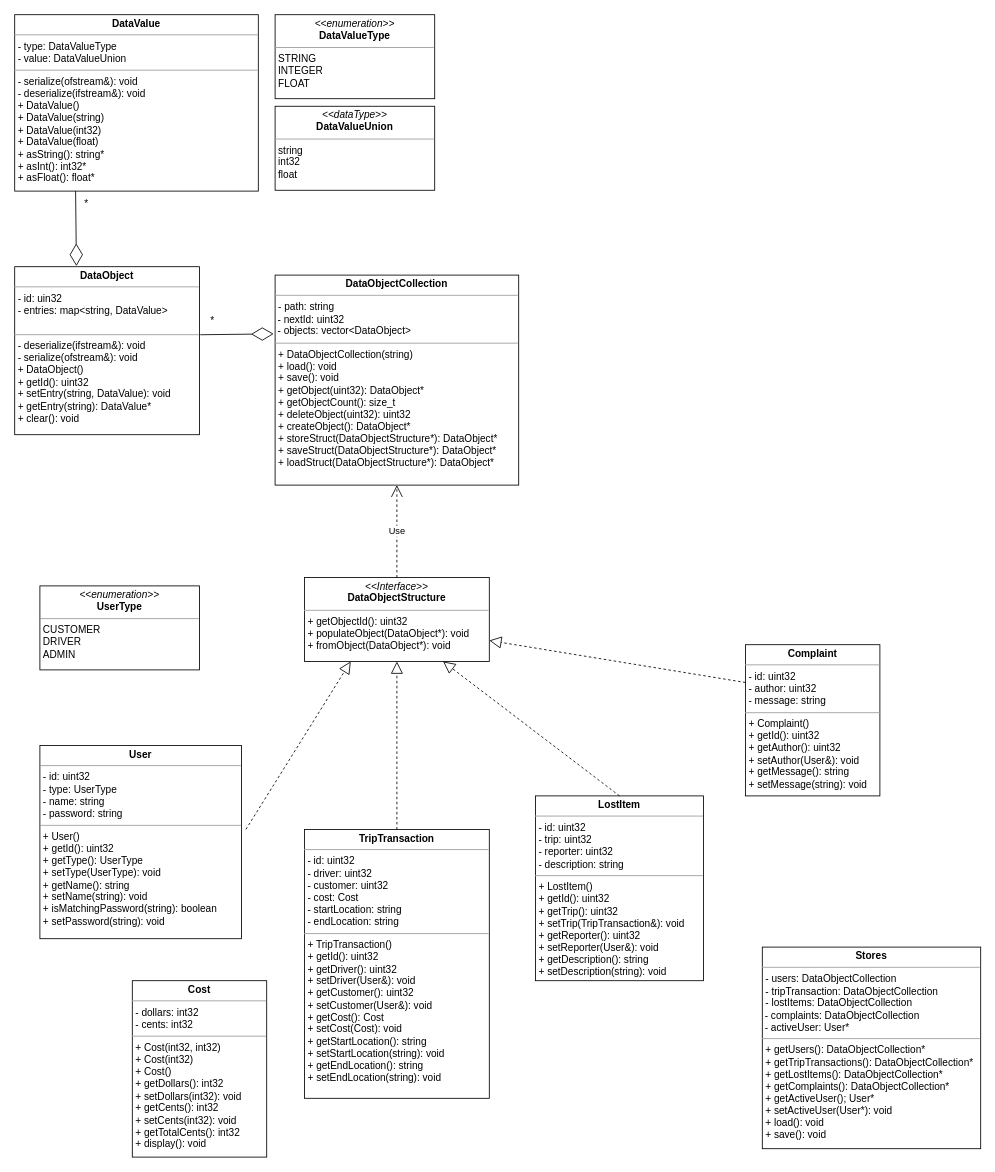
Earlier version of the draw.io diagram diagrams/UML.drawio (ShoailRafiq/CS103A2). Source tidied: cells renumbered, new cells numbered last; positions are measured from the earlier drawing's top-left corner, leaving out a move shared by most shapes. Both pictures are drawn from the tidied source at 84%, with x=0, y=0 at pixel (14, 14).
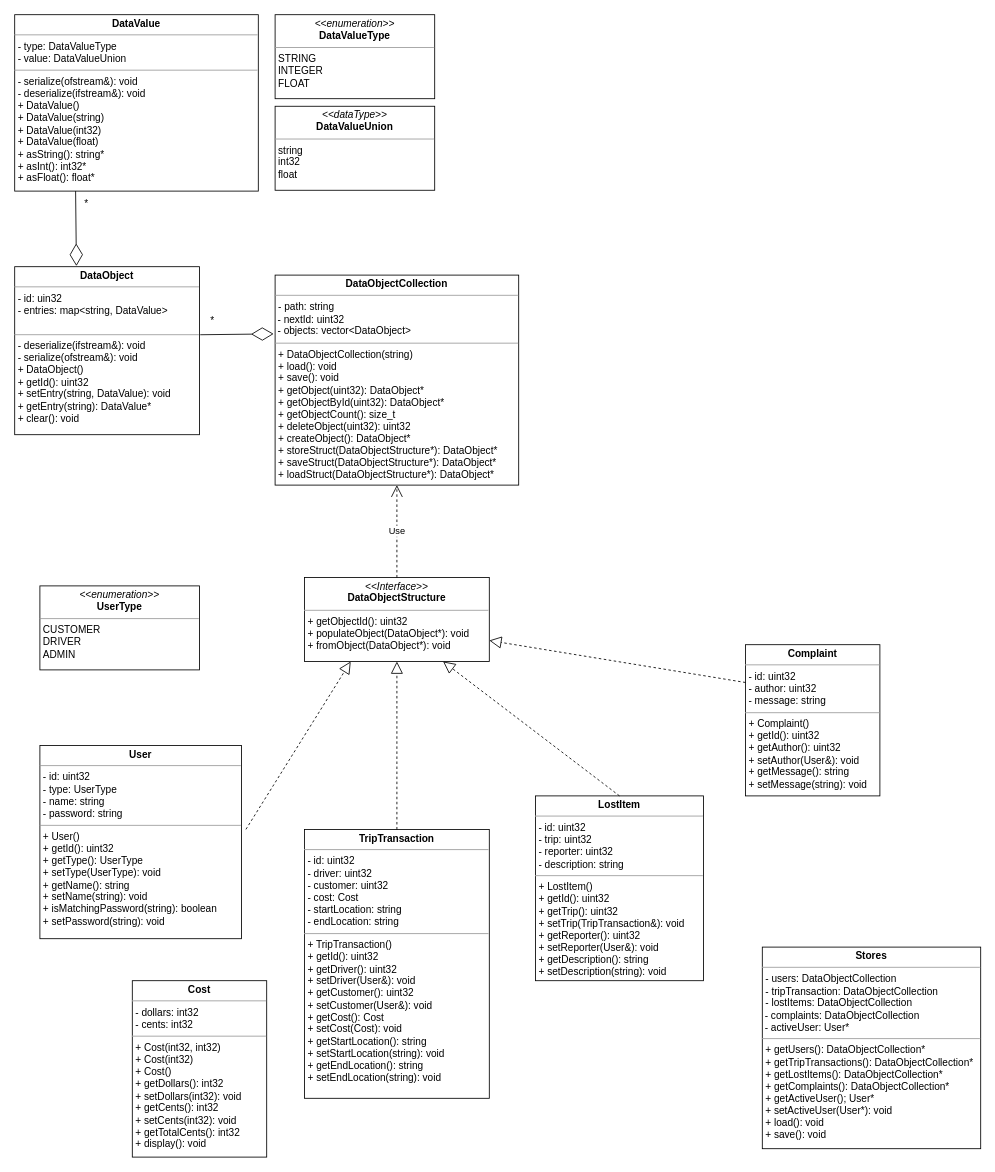
After the change.

What changed in the source:
```diff
@@
-    <mxCell id="2" value="&lt;p style=&quot;margin:0px;margin-top:4px;text-align:center;&quot;&gt;&lt;b&gt;DataObjectCollection&lt;/b&gt;&lt;br&gt;&lt;/p&gt;&lt;hr size=&quot;1&quot;&gt;&lt;p style=&quot;margin:0px;margin-left:4px;&quot;&gt;- path: string&lt;/p&gt;&amp;nbsp;- nextId: uint32&lt;br&gt;&amp;nbsp;- objects: vector&amp;lt;DataObject&amp;gt;&lt;br&gt;&lt;hr size=&quot;1&quot;&gt;&lt;p style=&quot;margin:0px;margin-left:4px;&quot;&gt;+ DataObjectCollection(string)&lt;/p&gt;&lt;p style=&quot;margin:0px;margin-left:4px;&quot;&gt;+ load(): void&lt;/p&gt;&lt;p style=&quot;margin:0px;margin-left:4px;&quot;&gt;+ save(): void&lt;/p&gt;&lt;p style=&quot;margin:0px;margin-left:4px;&quot;&gt;+ getObject(uint32): DataObject*&lt;/p&gt;&lt;p style=&quot;margin:0px;margin-left:4px;&quot;&gt;+ getObjectCount(): size_t&lt;/p&gt;&lt;p style=&quot;margin:0px;margin-left:4px;&quot;&gt;+ deleteObject(uint32): uint32&lt;/p&gt;&lt;p style=&quot;margin:0px;margin-left:4px;&quot;&gt;+ createObject(): DataObject*&lt;/p&gt;&lt;p style=&quot;margin:0px;margin-left:4px;&quot;&gt;+ storeStruct(DataObjectStructure*): DataObject*&lt;/p&gt;&lt;p style=&quot;margin:0px;margin-left:4px;&quot;&gt;+ saveStruct(DataObjectStructure*): DataObject*&lt;br&gt;&lt;/p&gt;&lt;p style=&quot;margin:0px;margin-left:4px;&quot;&gt;+ loadStruct(DataObjectStructure*): DataObject*&lt;br&gt;&lt;/p&gt;&lt;p style=&quot;margin:0px;margin-left:4px;&quot;&gt;&lt;br&gt;&lt;/p&gt;" style="verticalAlign=top;align=left;overflow=fill;fontSize=12;fontFamily=Helvetica;html=1;whiteSpace=wrap;" parent="1" vertex="1">
+    <mxCell id="2" value="&lt;p style=&quot;margin:0px;margin-top:4px;text-align:center;&quot;&gt;&lt;b&gt;DataObjectCollection&lt;/b&gt;&lt;br&gt;&lt;/p&gt;&lt;hr size=&quot;1&quot;&gt;&lt;p style=&quot;margin:0px;margin-left:4px;&quot;&gt;- path: string&lt;/p&gt;&amp;nbsp;- nextId: uint32&lt;br&gt;&amp;nbsp;- objects: vector&amp;lt;DataObject&amp;gt;&lt;br&gt;&lt;hr size=&quot;1&quot;&gt;&lt;p style=&quot;margin:0px;margin-left:4px;&quot;&gt;+ DataObjectCollection(string)&lt;/p&gt;&lt;p style=&quot;margin:0px;margin-left:4px;&quot;&gt;+ load(): void&lt;/p&gt;&lt;p style=&quot;margin:0px;margin-left:4px;&quot;&gt;+ save(): void&lt;/p&gt;&lt;p style=&quot;margin:0px;margin-left:4px;&quot;&gt;+ getObject(uint32): DataObject*&lt;/p&gt;&lt;p style=&quot;margin:0px;margin-left:4px;&quot;&gt;+ getObjectById(uint32): DataObject*&lt;/p&gt;&lt;p style=&quot;margin:0px;margin-left:4px;&quot;&gt;+ getObjectCount(): size_t&lt;/p&gt;&lt;p style=&quot;margin:0px;margin-left:4px;&quot;&gt;+ deleteObject(uint32): uint32&lt;/p&gt;&lt;p style=&quot;margin:0px;margin-left:4px;&quot;&gt;+ createObject(): DataObject*&lt;/p&gt;&lt;p style=&quot;margin:0px;margin-left:4px;&quot;&gt;+ storeStruct(DataObjectStructure*): DataObject*&lt;/p&gt;&lt;p style=&quot;margin:0px;margin-left:4px;&quot;&gt;+ saveStruct(DataObjectStructure*): DataObject*&lt;br&gt;&lt;/p&gt;&lt;p style=&quot;margin:0px;margin-left:4px;&quot;&gt;+ loadStruct(DataObjectStructure*): DataObject*&lt;br&gt;&lt;/p&gt;&lt;p style=&quot;margin:0px;margin-left:4px;&quot;&gt;&lt;br&gt;&lt;/p&gt;" style="verticalAlign=top;align=left;overflow=fill;fontSize=12;fontFamily=Helvetica;html=1;whiteSpace=wrap;" parent="1" vertex="1">
       <mxGeometry x="310" y="310" width="290" height="250" as="geometry" />
     </mxCell>
```
